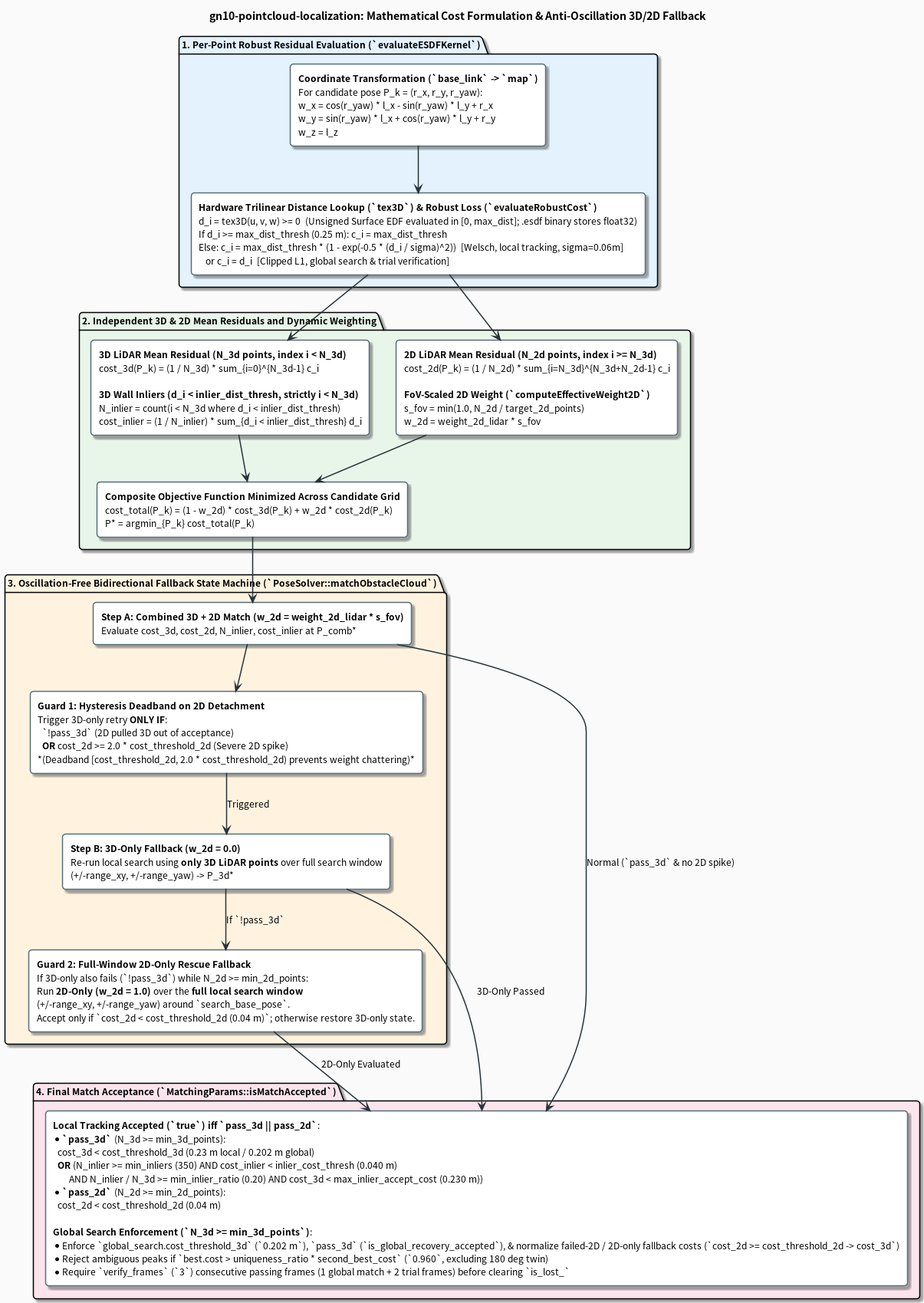
The PlantUML diagram docs/matching_cost_and_weighting.png in tmcit-ararobo-2026a/gn10-pointcloud-localization, before a commit. Source of this version:
```plantuml
@startuml matching_cost_and_weighting
skinparam backgroundColor #FAFAFA
skinparam defaultFontName "Roboto, Noto Sans CJK JP, sans-serif"
skinparam defaultFontSize 12
skinparam roundCorner 8
skinparam shadowing true
skinparam ArrowColor #263238
skinparam ArrowThickness 1.5

skinparam rectangle {
    BackgroundColor #FFFFFF
    BorderColor #546E7A
    BorderThickness 1.5
}

skinparam note {
    BackgroundColor #FFF8E1
    BorderColor #FFB300
    FontColor #263238
}

title **gn10-pointcloud-localization: Mathematical Cost Formulation & Anti-Oscillation 3D/2D Fallback**

package "1. Per-Point Robust Residual Evaluation (`evaluateESDFKernel`)" #E3F2FD {
    rectangle "**Coordinate Transformation (`base_link` -> `map`)**\nFor candidate pose P_k = (r_x, r_y, r_yaw):\nw_x = cos(r_yaw) * l_x - sin(r_yaw) * l_y + r_x\nw_y = sin(r_yaw) * l_x + cos(r_yaw) * l_y + r_y\nw_z = l_z" as TF_EQ

    rectangle "**Hardware Trilinear Distance Lookup (`tex3D`) & Robust Loss (`evaluateRobustCost`)**\nd_i = tex3D(u, v, w) >= 0  (Unsigned Surface EDF evaluated in [0, max_dist]; .esdf binary stores float32)\nIf d_i >= max_dist_thresh (0.25 m): c_i = max_dist_thresh\nElse: c_i = max_dist_thresh * (1 - exp(-0.5 * (d_i / sigma)^2))  [Welsch, local tracking, sigma=0.06m]\n   or c_i = d_i  [Clipped L1, global search & trial verification]" as CLIP_EQ

    TF_EQ -down-> CLIP_EQ
}

package "2. Independent 3D & 2D Mean Residuals and Dynamic Weighting" #E8F5E9 {
    rectangle "**3D LiDAR Mean Residual (N_3d points, index i < N_3d)**\ncost_3d(P_k) = (1 / N_3d) * sum_{i=0}^{N_3d-1} c_i\n\n**3D Wall Inliers (d_i < inlier_dist_thresh, strictly i < N_3d)**\nN_inlier = count(i < N_3d where d_i < inlier_dist_thresh)\ncost_inlier = (1 / N_inlier) * sum_{d_i < inlier_dist_thresh} d_i" as COST_3D

    rectangle "**2D LiDAR Mean Residual (N_2d points, index i >= N_3d)**\ncost_2d(P_k) = (1 / N_2d) * sum_{i=N_3d}^{N_3d+N_2d-1} c_i\n\n**FoV-Scaled 2D Weight (`computeEffectiveWeight2D`)**\ns_fov = min(1.0, N_2d / target_2d_points)\nw_2d = weight_2d_lidar * s_fov" as COST_2D

    rectangle "**Composite Objective Function Minimized Across Candidate Grid**\ncost_total(P_k) = (1 - w_2d) * cost_3d(P_k) + w_2d * cost_2d(P_k)\nP* = argmin_{P_k} cost_total(P_k)" as COMP_EQ

    COST_3D -down-> COMP_EQ
    COST_2D -down-> COMP_EQ
}

CLIP_EQ -down-> COST_3D
CLIP_EQ -down-> COST_2D

package "3. Oscillation-Free Bidirectional Fallback State Machine (`PoseSolver::matchObstacleCloud`)" #FFF3E0 {
    rectangle "**Step A: Combined 3D + 2D Match (w_2d = weight_2d_lidar * s_fov)**\nEvaluate cost_3d, cost_2d, N_inlier, cost_inlier at P_comb*" as STEP_A

    rectangle "**Guard 1: Hysteresis Deadband on 2D Detachment**\nTrigger 3D-only retry **ONLY IF**:\n  `!pass_3d` (2D pulled 3D out of acceptance)\n  **OR** cost_2d >= 2.0 * cost_threshold_2d (Severe 2D spike)\n*(Deadband [cost_threshold_2d, 2.0 * cost_threshold_2d) prevents weight chattering)*" as GUARD_1

    rectangle "**Step B: 3D-Only Fallback (w_2d = 0.0)**\nRe-run local search using **only 3D LiDAR points** over full search window\n(+/-range_xy, +/-range_yaw) -> P_3d*" as STEP_B

    rectangle "**Guard 2: Full-Window 2D-Only Rescue Fallback**\nIf 3D-only also fails (`!pass_3d`) while N_2d >= min_2d_points:\nRun **2D-Only (w_2d = 1.0)** over the **full local search window**\n(+/-range_xy, +/-range_yaw) around `search_base_pose`.\nAccept only if `cost_2d < cost_threshold_2d (0.04 m)`; otherwise restore 3D-only state." as STEP_C

    STEP_A -down-> GUARD_1
    GUARD_1 -down-> STEP_B : Triggered
    STEP_B -down-> STEP_C : If `!pass_3d`
}

COMP_EQ -down-> STEP_A

package "4. Final Match Acceptance (`MatchingParams::isMatchAccepted`)" #FCE4EC {
    rectangle "**Local Tracking Accepted (`true`) iff `pass_3d || pass_2d`**:\n* **`pass_3d`** (N_3d >= min_3d_points):\n  cost_3d < cost_threshold_3d (0.23 m local / 0.202 m global)\n  **OR** (N_inlier >= min_inliers (350) AND cost_inlier < inlier_cost_thresh (0.040 m)\n       AND N_inlier / N_3d >= min_inlier_ratio (0.20) AND cost_3d < max_inlier_accept_cost (0.230 m))\n* **`pass_2d`** (N_2d >= min_2d_points):\n  cost_2d < cost_threshold_2d (0.04 m)\n\n**Global Search Enforcement (`N_3d >= min_3d_points`)**:\n* Enforce `global_search.cost_threshold_3d` (`0.202 m`), `pass_3d` (`is_global_recovery_accepted`), & normalize failed-2D / 2D-only fallback costs (`cost_2d >= cost_threshold_2d -> cost_3d`)\n* Reject ambiguous peaks if `best.cost > uniqueness_ratio * second_best_cost` (`0.960`, excluding 180 deg twin)\n* Require `verify_frames` (`3`) consecutive passing frames (1 global match + 2 trial frames) before clearing `is_lost_`" as FINAL_ACCEPT
}

STEP_A -down-> FINAL_ACCEPT : Normal (`pass_3d` & no 2D spike)
STEP_B -down-> FINAL_ACCEPT : 3D-Only Passed
STEP_C -down-> FINAL_ACCEPT : 2D-Only Evaluated

@enduml
```
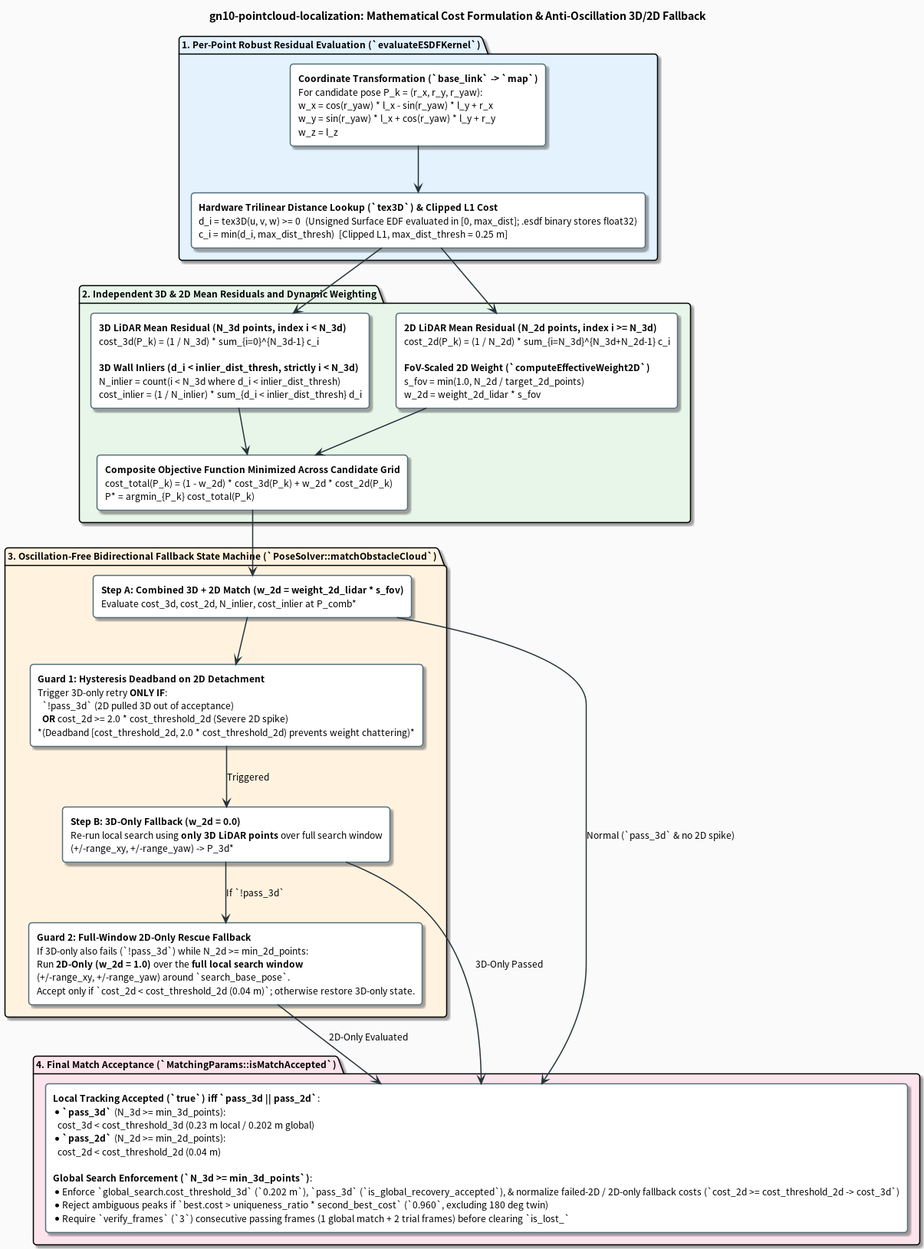
After the commit.

Change to the diagram source:
```diff
@@ -24,7 +24,7 @@
 package "1. Per-Point Robust Residual Evaluation (`evaluateESDFKernel`)" #E3F2FD {
     rectangle "**Coordinate Transformation (`base_link` -> `map`)**\nFor candidate pose P_k = (r_x, r_y, r_yaw):\nw_x = cos(r_yaw) * l_x - sin(r_yaw) * l_y + r_x\nw_y = sin(r_yaw) * l_x + cos(r_yaw) * l_y + r_y\nw_z = l_z" as TF_EQ
 
-    rectangle "**Hardware Trilinear Distance Lookup (`tex3D`) & Robust Loss (`evaluateRobustCost`)**\nd_i = tex3D(u, v, w) >= 0  (Unsigned Surface EDF evaluated in [0, max_dist]; .esdf binary stores float32)\nIf d_i >= max_dist_thresh (0.25 m): c_i = max_dist_thresh\nElse: c_i = max_dist_thresh * (1 - exp(-0.5 * (d_i / sigma)^2))  [Welsch, local tracking, sigma=0.06m]\n   or c_i = d_i  [Clipped L1, global search & trial verification]" as CLIP_EQ
+    rectangle "**Hardware Trilinear Distance Lookup (`tex3D`) & Clipped L1 Cost**\nd_i = tex3D(u, v, w) >= 0  (Unsigned Surface EDF evaluated in [0, max_dist]; .esdf binary stores float32)\nc_i = min(d_i, max_dist_thresh)  [Clipped L1, max_dist_thresh = 0.25 m]" as CLIP_EQ
 
     TF_EQ -down-> CLIP_EQ
 }
@@ -60,7 +60,7 @@
 COMP_EQ -down-> STEP_A
 
 package "4. Final Match Acceptance (`MatchingParams::isMatchAccepted`)" #FCE4EC {
-    rectangle "**Local Tracking Accepted (`true`) iff `pass_3d || pass_2d`**:\n* **`pass_3d`** (N_3d >= min_3d_points):\n  cost_3d < cost_threshold_3d (0.23 m local / 0.202 m global)\n  **OR** (N_inlier >= min_inliers (350) AND cost_inlier < inlier_cost_thresh (0.040 m)\n       AND N_inlier / N_3d >= min_inlier_ratio (0.20) AND cost_3d < max_inlier_accept_cost (0.230 m))\n* **`pass_2d`** (N_2d >= min_2d_points):\n  cost_2d < cost_threshold_2d (0.04 m)\n\n**Global Search Enforcement (`N_3d >= min_3d_points`)**:\n* Enforce `global_search.cost_threshold_3d` (`0.202 m`), `pass_3d` (`is_global_recovery_accepted`), & normalize failed-2D / 2D-only fallback costs (`cost_2d >= cost_threshold_2d -> cost_3d`)\n* Reject ambiguous peaks if `best.cost > uniqueness_ratio * second_best_cost` (`0.960`, excluding 180 deg twin)\n* Require `verify_frames` (`3`) consecutive passing frames (1 global match + 2 trial frames) before clearing `is_lost_`" as FINAL_ACCEPT
+    rectangle "**Local Tracking Accepted (`true`) iff `pass_3d || pass_2d`**:\n* **`pass_3d`** (N_3d >= min_3d_points):\n  cost_3d < cost_threshold_3d (0.23 m local / 0.202 m global)\n* **`pass_2d`** (N_2d >= min_2d_points):\n  cost_2d < cost_threshold_2d (0.04 m)\n\n**Global Search Enforcement (`N_3d >= min_3d_points`)**:\n* Enforce `global_search.cost_threshold_3d` (`0.202 m`), `pass_3d` (`is_global_recovery_accepted`), & normalize failed-2D / 2D-only fallback costs (`cost_2d >= cost_threshold_2d -> cost_3d`)\n* Reject ambiguous peaks if `best.cost > uniqueness_ratio * second_best_cost` (`0.960`, excluding 180 deg twin)\n* Require `verify_frames` (`3`) consecutive passing frames (1 global match + 2 trial frames) before clearing `is_lost_`" as FINAL_ACCEPT
 }
 
 STEP_A -down-> FINAL_ACCEPT : Normal (`pass_3d` & no 2D spike)
```
